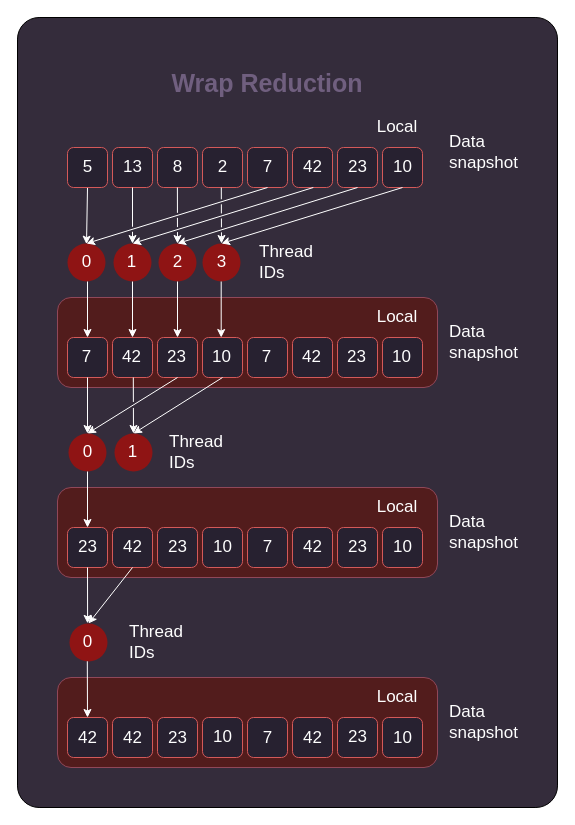
Above: projects/hip/docs/data/tutorial/reduction/warp_reduction.drawio in ROCm/rocm-systems (draw.io), before the change. Source tidied: cells renumbered, new cells numbered last; positions are measured from the earlier drawing's top-left corner, leaving out a move shared by most shapes. Both pictures are drawn from the tidied source at 100%, with x=0, y=0 at pixel (17, 17).
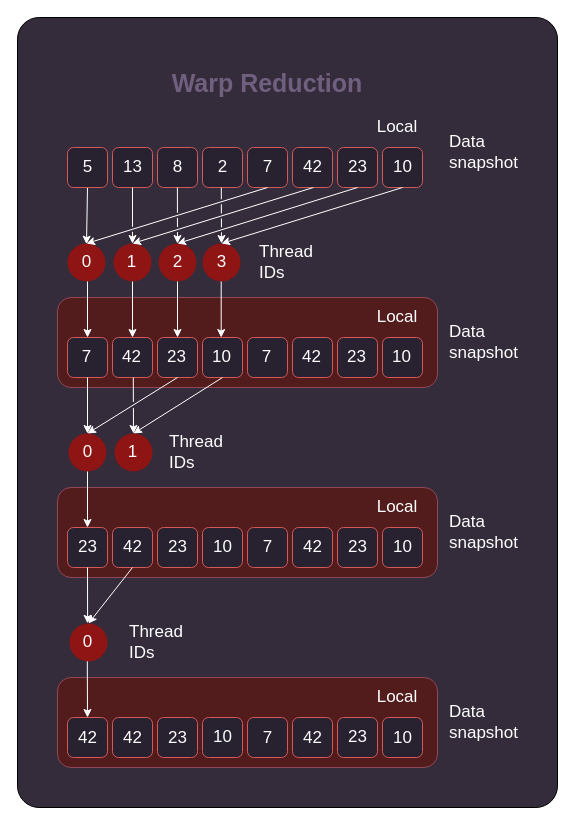
The same page after the edit.

Diff of the diagram source:
```diff
@@
-    <mxCell id="12" value="Wrap Reduction" style="text;html=1;strokeColor=none;fillColor=none;align=center;verticalAlign=middle;whiteSpace=wrap;rounded=0;fontSize=25;fontColor=#705F7F;fontStyle=1;" parent="1" vertex="1">
+    <mxCell id="12" value="Warp Reduction" style="text;html=1;strokeColor=none;fillColor=none;align=center;verticalAlign=middle;whiteSpace=wrap;rounded=0;fontSize=25;fontColor=#705F7F;fontStyle=1;" parent="1" vertex="1">
       <mxGeometry x="60" y="50" width="380" height="30" as="geometry" />
     </mxCell>
```
